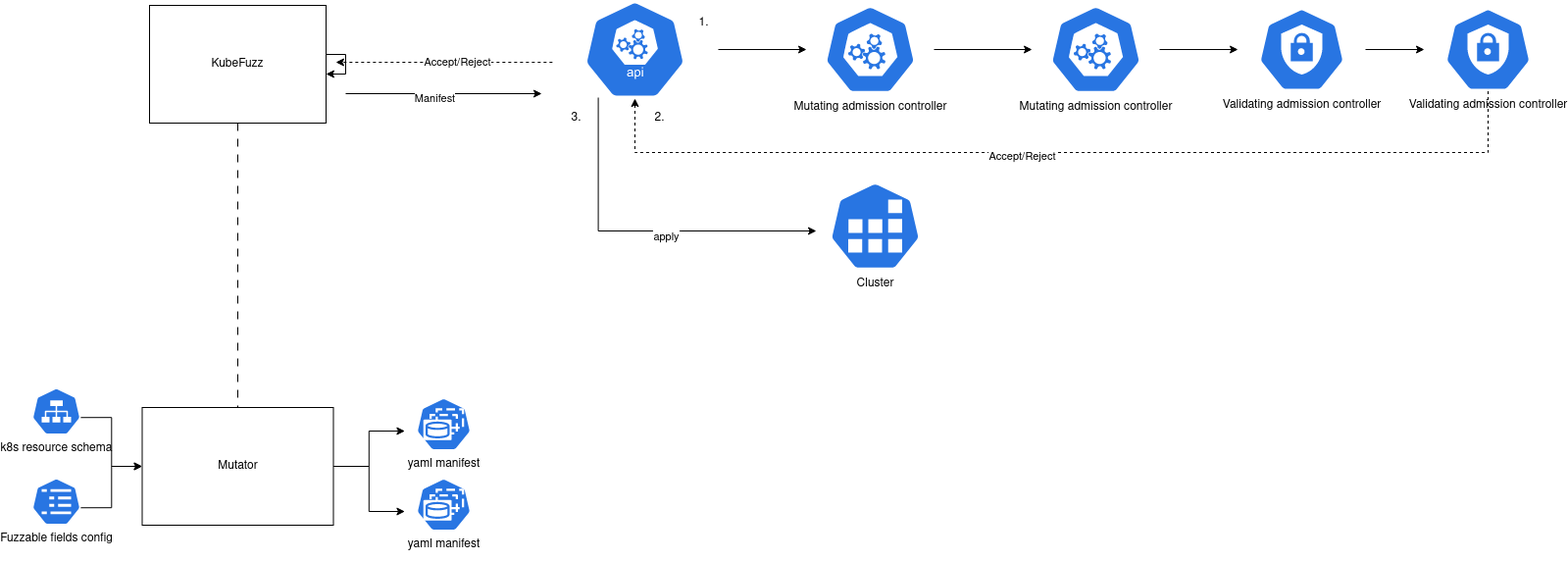
The draw.io diagram arch/architecture.drawio.png in avolens/kubefuzz, before a commit. Source tidied: cells renumbered, new cells last; positions are measured from the earlier drawing's top-left corner, leaving out a move shared by most shapes. Its diagram source:
```xml
<mxGraphModel>
  <root>
    <mxCell id="0" />
    <mxCell id="1" parent="0" />
    <mxCell id="2" style="edgeStyle=orthogonalEdgeStyle;rounded=0;orthogonalLoop=1;jettySize=auto;html=1;" parent="1" edge="1">
      <mxGeometry relative="1" as="geometry">
        <mxPoint x="320" y="95" as="sourcePoint" />
        <mxPoint x="520" y="95" as="targetPoint" />
      </mxGeometry>
    </mxCell>
    <mxCell id="3" value="&lt;div&gt;Manifest&lt;/div&gt;" style="edgeLabel;html=1;align=center;verticalAlign=middle;" parent="2" vertex="1">
      <mxGeometry x="-0.1" y="-4" relative="1" as="geometry" />
    </mxCell>
    <mxCell id="4" style="edgeStyle=orthogonalEdgeStyle;rounded=0;jettySize=auto;html=1;exitX=0.5;exitY=1;exitDx=0;exitDy=0;endArrow=none;endFill=0;dashed=1;dashPattern=8 8;" parent="1" edge="1" source="5" target="27">
      <mxGeometry relative="1" as="geometry" />
    </mxCell>
    <mxCell id="5" value="&lt;div&gt;KubeFuzz&lt;/div&gt;" style="rounded=0;whiteSpace=wrap;html=1;" parent="1" vertex="1">
      <mxGeometry x="120" y="5" width="180" height="120" as="geometry" />
    </mxCell>
    <mxCell id="6" style="edgeStyle=orthogonalEdgeStyle;rounded=0;jettySize=auto;html=1;" parent="1" edge="1" source="11" target="13">
      <mxGeometry relative="1" as="geometry" />
    </mxCell>
    <mxCell id="7" style="edgeStyle=orthogonalEdgeStyle;rounded=0;jettySize=auto;html=1;exitX=0.28;exitY=0.99;exitDx=0;exitDy=0;exitPerimeter=0;" parent="1" edge="1" source="11" target="21">
      <mxGeometry relative="1" as="geometry">
        <Array as="points">
          <mxPoint x="578" y="235" />
        </Array>
      </mxGeometry>
    </mxCell>
    <mxCell id="8" value="&lt;div&gt;apply&lt;/div&gt;" style="edgeLabel;html=1;align=center;verticalAlign=middle;" parent="7" vertex="1">
      <mxGeometry x="0.15" y="-5" relative="1" as="geometry" />
    </mxCell>
    <mxCell id="9" style="edgeStyle=orthogonalEdgeStyle;rounded=0;jettySize=auto;html=1;exitX=0.005;exitY=0.63;exitDx=0;exitDy=0;exitPerimeter=0;dashed=1;" parent="1" edge="1" source="11">
      <mxGeometry relative="1" as="geometry">
        <mxPoint x="310" y="63" as="targetPoint" />
      </mxGeometry>
    </mxCell>
    <mxCell id="10" value="Accept/Reject" style="edgeLabel;html=1;align=center;verticalAlign=middle;" parent="9" vertex="1">
      <mxGeometry x="-0.12" y="-1" relative="1" as="geometry" />
    </mxCell>
    <mxCell id="11" style="sketch=0;html=1;dashed=0;whitespace=wrap;fillColor=#2875E2;strokeColor=#ffffff;points=[[0.005,0.63,0],[0.1,0.2,0],[0.9,0.2,0],[0.5,0,0],[0.995,0.63,0],[0.72,0.99,0],[0.5,1,0],[0.28,0.99,0]];verticalLabelPosition=bottom;align=center;verticalAlign=top;shape=mxgraph.kubernetes.icon;prIcon=api;" parent="1" vertex="1">
      <mxGeometry x="530" width="170" height="100" as="geometry" />
    </mxCell>
    <mxCell id="12" style="edgeStyle=orthogonalEdgeStyle;rounded=0;jettySize=auto;html=1;" parent="1" edge="1" source="13" target="15">
      <mxGeometry relative="1" as="geometry" />
    </mxCell>
    <mxCell id="13" value="&lt;div&gt;Mutating admission controller &lt;br&gt;&lt;/div&gt;" style="sketch=0;html=1;dashed=0;whitespace=wrap;fillColor=#2875E2;strokeColor=#ffffff;points=[[0.005,0.63,0],[0.1,0.2,0],[0.9,0.2,0],[0.5,0,0],[0.995,0.63,0],[0.72,0.99,0],[0.5,1,0],[0.28,0.99,0]];verticalLabelPosition=bottom;align=center;verticalAlign=top;shape=mxgraph.kubernetes.icon;prIcon=master;" parent="1" vertex="1">
      <mxGeometry x="790" y="5" width="130" height="90" as="geometry" />
    </mxCell>
    <mxCell id="14" style="edgeStyle=orthogonalEdgeStyle;rounded=0;jettySize=auto;html=1;" parent="1" edge="1" source="15" target="17">
      <mxGeometry relative="1" as="geometry" />
    </mxCell>
    <mxCell id="15" value="&lt;div&gt;Mutating admission controller &lt;br&gt;&lt;/div&gt;" style="sketch=0;html=1;dashed=0;whitespace=wrap;fillColor=#2875E2;strokeColor=#ffffff;points=[[0.005,0.63,0],[0.1,0.2,0],[0.9,0.2,0],[0.5,0,0],[0.995,0.63,0],[0.72,0.99,0],[0.5,1,0],[0.28,0.99,0]];verticalLabelPosition=bottom;align=center;verticalAlign=top;shape=mxgraph.kubernetes.icon;prIcon=master;" parent="1" vertex="1">
      <mxGeometry x="1020" y="5" width="130" height="90" as="geometry" />
    </mxCell>
    <mxCell id="16" style="edgeStyle=orthogonalEdgeStyle;rounded=0;jettySize=auto;html=1;" parent="1" edge="1" source="17" target="20">
      <mxGeometry relative="1" as="geometry" />
    </mxCell>
    <mxCell id="17" value="Validating admission controller" style="sketch=0;html=1;dashed=0;whitespace=wrap;fillColor=#2875E2;strokeColor=#ffffff;points=[[0.005,0.63,0],[0.1,0.2,0],[0.9,0.2,0],[0.5,0,0],[0.995,0.63,0],[0.72,0.99,0],[0.5,1,0],[0.28,0.99,0]];verticalLabelPosition=bottom;align=center;verticalAlign=top;shape=mxgraph.kubernetes.icon;prIcon=c_role;" parent="1" vertex="1">
      <mxGeometry x="1230" y="7.5" width="130" height="85" as="geometry" />
    </mxCell>
    <mxCell id="18" style="edgeStyle=orthogonalEdgeStyle;rounded=0;jettySize=auto;html=1;entryX=0.5;entryY=1;entryDx=0;entryDy=0;entryPerimeter=0;dashed=1;" parent="1" edge="1" source="20" target="11">
      <mxGeometry relative="1" as="geometry">
        <Array as="points">
          <mxPoint x="1485" y="155" />
          <mxPoint x="615" y="155" />
        </Array>
      </mxGeometry>
    </mxCell>
    <mxCell id="19" value="Accept/Reject" style="edgeLabel;html=1;align=center;verticalAlign=middle;" parent="18" vertex="1">
      <mxGeometry x="0.09" y="3" relative="1" as="geometry" />
    </mxCell>
    <mxCell id="20" value="Validating admission controller" style="sketch=0;html=1;dashed=0;whitespace=wrap;fillColor=#2875E2;strokeColor=#ffffff;points=[[0.005,0.63,0],[0.1,0.2,0],[0.9,0.2,0],[0.5,0,0],[0.995,0.63,0],[0.72,0.99,0],[0.5,1,0],[0.28,0.99,0]];verticalLabelPosition=bottom;align=center;verticalAlign=top;shape=mxgraph.kubernetes.icon;prIcon=c_role;" parent="1" vertex="1">
      <mxGeometry x="1420" y="7.5" width="130" height="85" as="geometry" />
    </mxCell>
    <mxCell id="21" value="Cluster" style="sketch=0;html=1;dashed=0;whitespace=wrap;fillColor=#2875E2;strokeColor=#ffffff;points=[[0.005,0.63,0],[0.1,0.2,0],[0.9,0.2,0],[0.5,0,0],[0.995,0.63,0],[0.72,0.99,0],[0.5,1,0],[0.28,0.99,0]];verticalLabelPosition=bottom;align=center;verticalAlign=top;shape=mxgraph.kubernetes.icon;prIcon=job;" parent="1" vertex="1">
      <mxGeometry x="800" y="185" width="120" height="90" as="geometry" />
    </mxCell>
    <mxCell id="22" value="1." style="text;html=1;align=center;verticalAlign=middle;strokeColor=none;fillColor=none;" parent="1" vertex="1">
      <mxGeometry x="670" y="7.5" width="30" height="30" as="geometry" />
    </mxCell>
    <mxCell id="23" value="2." style="text;html=1;align=center;verticalAlign=middle;strokeColor=none;fillColor=none;" parent="1" vertex="1">
      <mxGeometry x="625" y="105" width="30" height="30" as="geometry" />
    </mxCell>
    <mxCell id="24" value="&lt;div&gt;3.&lt;/div&gt;" style="text;html=1;align=center;verticalAlign=middle;strokeColor=none;fillColor=none;" parent="1" vertex="1">
      <mxGeometry x="540" y="105" width="30" height="30" as="geometry" />
    </mxCell>
    <mxCell id="25" style="edgeStyle=orthogonalEdgeStyle;rounded=0;jettySize=auto;html=1;exitX=1;exitY=0.5;exitDx=0;exitDy=0;entryX=0.005;entryY=0.63;entryDx=0;entryDy=0;entryPerimeter=0;" parent="1" edge="1" source="27" target="29">
      <mxGeometry relative="1" as="geometry" />
    </mxCell>
    <mxCell id="26" style="edgeStyle=orthogonalEdgeStyle;rounded=0;jettySize=auto;html=1;exitX=1;exitY=0.5;exitDx=0;exitDy=0;entryX=0.005;entryY=0.63;entryDx=0;entryDy=0;entryPerimeter=0;" parent="1" edge="1" source="27" target="30">
      <mxGeometry relative="1" as="geometry" />
    </mxCell>
    <mxCell id="27" value="Mutator" style="whiteSpace=wrap;html=1;" parent="1" vertex="1">
      <mxGeometry x="112.5" y="415" width="195" height="120" as="geometry" />
    </mxCell>
    <mxCell id="28" style="edgeStyle=orthogonalEdgeStyle;rounded=0;orthogonalLoop=1;jettySize=auto;html=1;" parent="1" edge="1" source="5" target="5">
      <mxGeometry relative="1" as="geometry" />
    </mxCell>
    <mxCell id="29" value="&lt;div&gt;yaml manifest&lt;/div&gt;" style="sketch=0;html=1;dashed=0;whitespace=wrap;fillColor=#2875E2;strokeColor=#ffffff;points=[[0.005,0.63,0],[0.1,0.2,0],[0.9,0.2,0],[0.5,0,0],[0.995,0.63,0],[0.72,0.99,0],[0.5,1,0],[0.28,0.99,0]];verticalLabelPosition=bottom;align=center;verticalAlign=top;shape=mxgraph.kubernetes.icon;prIcon=sts;" parent="1" vertex="1">
      <mxGeometry x="380" y="405" width="80" height="54" as="geometry" />
    </mxCell>
    <mxCell id="30" value="yaml manifest" style="sketch=0;html=1;dashed=0;whitespace=wrap;fillColor=#2875E2;strokeColor=#ffffff;points=[[0.005,0.63,0],[0.1,0.2,0],[0.9,0.2,0],[0.5,0,0],[0.995,0.63,0],[0.72,0.99,0],[0.5,1,0],[0.28,0.99,0]];verticalLabelPosition=bottom;align=center;verticalAlign=top;shape=mxgraph.kubernetes.icon;prIcon=sts;" parent="1" vertex="1">
      <mxGeometry x="380" y="487" width="80" height="54" as="geometry" />
    </mxCell>
    <mxCell id="31" style="edgeStyle=orthogonalEdgeStyle;rounded=0;jettySize=auto;html=1;exitX=0.995;exitY=0.63;exitDx=0;exitDy=0;exitPerimeter=0;" parent="1" edge="1" source="32" target="27">
      <mxGeometry relative="1" as="geometry" />
    </mxCell>
    <mxCell id="32" value="&lt;div&gt;k8s resource schema&lt;/div&gt;&lt;div&gt;&lt;br&gt;&lt;/div&gt;" style="sketch=0;html=1;dashed=0;whitespace=wrap;fillColor=#2875E2;strokeColor=#ffffff;points=[[0.005,0.63,0],[0.1,0.2,0],[0.9,0.2,0],[0.5,0,0],[0.995,0.63,0],[0.72,0.99,0],[0.5,1,0],[0.28,0.99,0]];verticalLabelPosition=bottom;align=center;verticalAlign=top;shape=mxgraph.kubernetes.icon;prIcon=svc;" parent="1" vertex="1">
      <mxGeometry y="395" width="50" height="48" as="geometry" />
    </mxCell>
    <mxCell id="33" style="edgeStyle=orthogonalEdgeStyle;rounded=0;jettySize=auto;html=1;exitX=0.995;exitY=0.63;exitDx=0;exitDy=0;exitPerimeter=0;entryX=0;entryY=0.5;entryDx=0;entryDy=0;" parent="1" edge="1" source="34" target="27">
      <mxGeometry relative="1" as="geometry" />
    </mxCell>
    <mxCell id="34" value="&lt;div&gt;Fuzzable fields config&lt;/div&gt;&lt;div&gt;&lt;br&gt;&lt;/div&gt;" style="sketch=0;html=1;dashed=0;whitespace=wrap;fillColor=#2875E2;strokeColor=#ffffff;points=[[0.005,0.63,0],[0.1,0.2,0],[0.9,0.2,0],[0.5,0,0],[0.995,0.63,0],[0.72,0.99,0],[0.5,1,0],[0.28,0.99,0]];verticalLabelPosition=bottom;align=center;verticalAlign=top;shape=mxgraph.kubernetes.icon;prIcon=cm;" parent="1" vertex="1">
      <mxGeometry y="487" width="50" height="48" as="geometry" />
    </mxCell>
  </root>
</mxGraphModel>
```
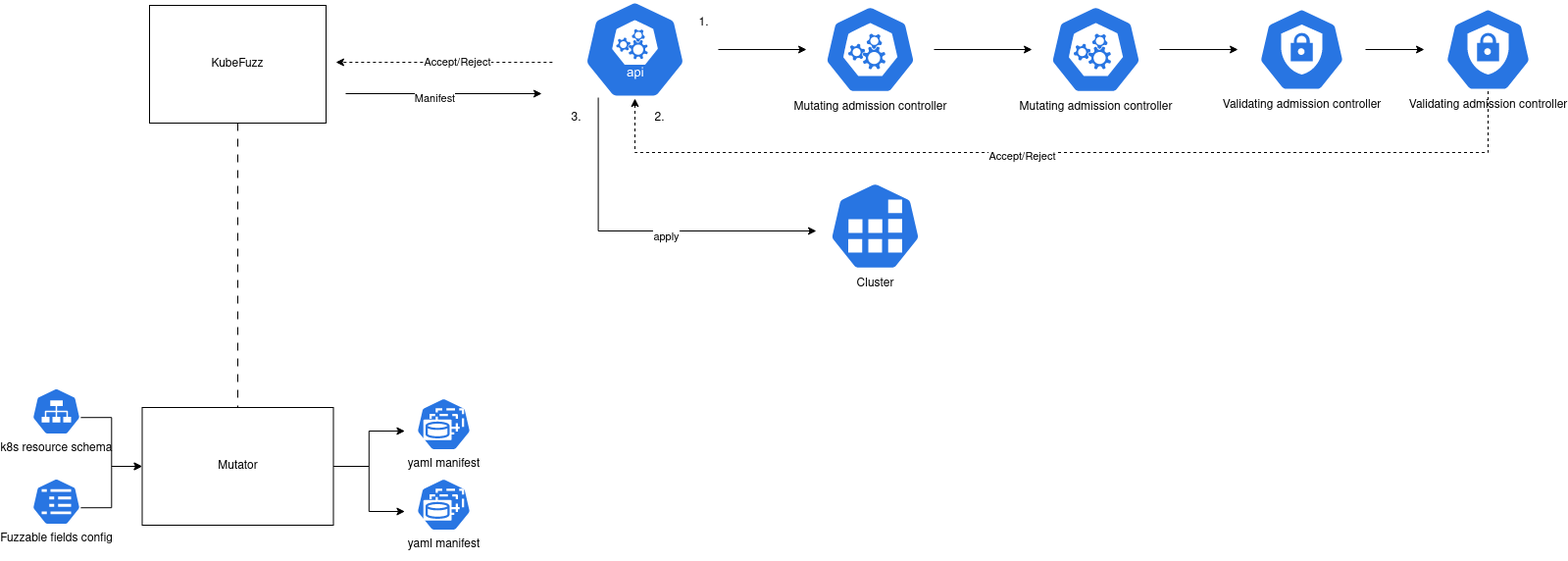
After the commit.

Change to the diagram source:
```diff
@@ -1,4 +1,4 @@
-<mxGraphModel>
+<mxGraphModel background="#ffffff">
   <root>
     <mxCell id="0" />
     <mxCell id="1" parent="0" />
@@ -94,9 +94,6 @@
     <mxCell id="27" value="Mutator" style="whiteSpace=wrap;html=1;" parent="1" vertex="1">
       <mxGeometry x="112.5" y="415" width="195" height="120" as="geometry" />
     </mxCell>
-    <mxCell id="28" style="edgeStyle=orthogonalEdgeStyle;rounded=0;orthogonalLoop=1;jettySize=auto;html=1;" parent="1" edge="1" source="5" target="5">
-      <mxGeometry relative="1" as="geometry" />
-    </mxCell>
     <mxCell id="29" value="&lt;div&gt;yaml manifest&lt;/div&gt;" style="sketch=0;html=1;dashed=0;whitespace=wrap;fillColor=#2875E2;strokeColor=#ffffff;points=[[0.005,0.63,0],[0.1,0.2,0],[0.9,0.2,0],[0.5,0,0],[0.995,0.63,0],[0.72,0.99,0],[0.5,1,0],[0.28,0.99,0]];verticalLabelPosition=bottom;align=center;verticalAlign=top;shape=mxgraph.kubernetes.icon;prIcon=sts;" parent="1" vertex="1">
       <mxGeometry x="380" y="405" width="80" height="54" as="geometry" />
     </mxCell>
```
